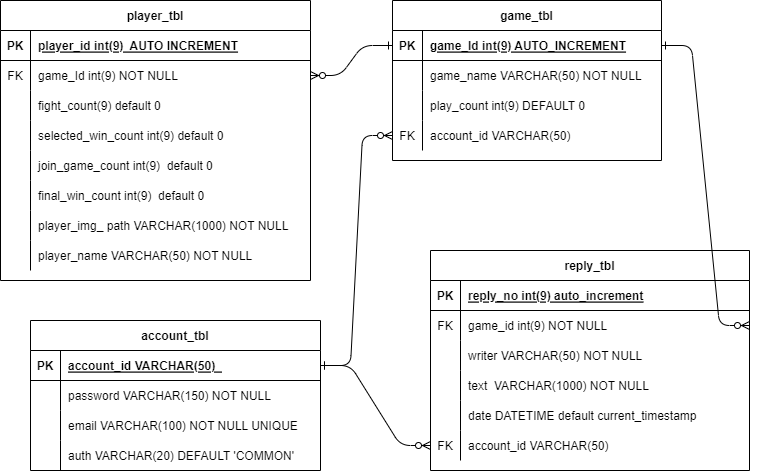
java-4th-team-project-2023/world-cup keeps this draw.io diagram as diagram/erd.png. Above is the earlier version. Source tidied: cells renumbered, new cells last; positions are measured from the earlier drawing's top-left corner, leaving out a move shared by most shapes.
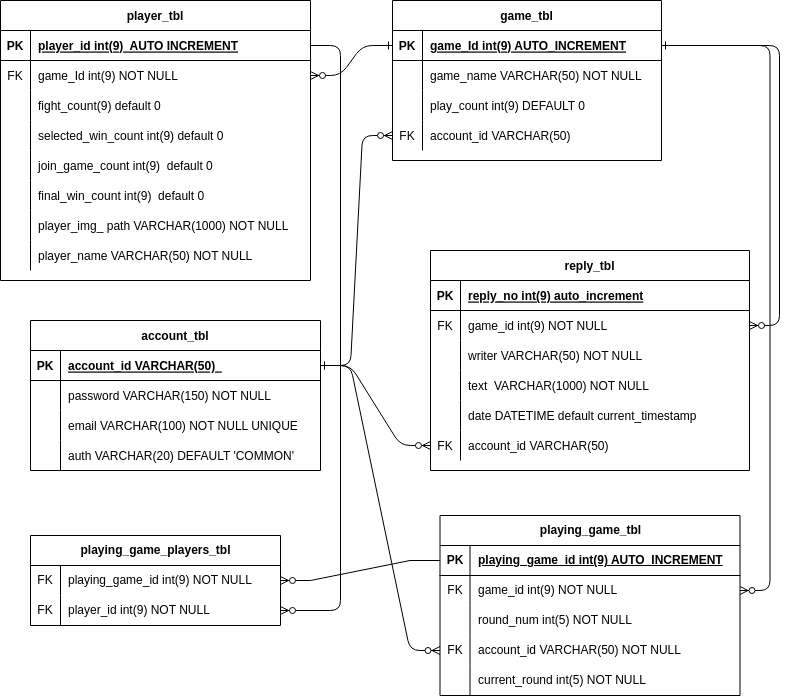
Later version of the same file.

Diff of the diagram source:
```diff
@@ -218,11 +218,96 @@
     <mxCell id="73" style="edgeStyle=entityRelationEdgeStyle;endArrow=ERzeroToMany;startArrow=ERone;endFill=1;startFill=0;exitX=1;exitY=0.5;exitDx=0;exitDy=0;entryX=0;entryY=0.5;entryDx=0;entryDy=0;" parent="1" edge="1" source="60" target="12">
       <mxGeometry relative="1" as="geometry" />
     </mxCell>
-    <mxCell id="74" style="edgeStyle=entityRelationEdgeStyle;endArrow=ERzeroToMany;startArrow=ERone;endFill=1;startFill=0;exitX=1;exitY=0.5;exitDx=0;exitDy=0;entryX=1;entryY=0.5;entryDx=0;entryDy=0;" parent="1" edge="1" source="3" target="19">
+    <mxCell id="74" style="edgeStyle=entityRelationEdgeStyle;endArrow=ERzeroToMany;startArrow=ERone;endFill=1;startFill=0;exitX=1;exitY=0.5;exitDx=0;exitDy=0;" parent="1" edge="1" source="3" target="19">
       <mxGeometry relative="1" as="geometry" />
     </mxCell>
     <mxCell id="75" style="edgeStyle=entityRelationEdgeStyle;endArrow=ERzeroToMany;startArrow=ERone;endFill=1;startFill=0;exitX=1;exitY=0.5;exitDx=0;exitDy=0;entryX=0;entryY=0.5;entryDx=0;entryDy=0;" parent="1" edge="1" source="60" target="31">
       <mxGeometry relative="1" as="geometry" />
     </mxCell>
+    <mxCell id="76" value="playing_game_tbl" style="shape=table;startSize=30;rowLines=0;fontStyle=1;align=center;html=1;" parent="1" vertex="1">
+      <mxGeometry x="439.5" y="515" width="300" height="180" as="geometry" />
+    </mxCell>
+    <mxCell id="77" style="shape=tableRow;horizontal=0;startSize=0;swimlaneHead=0;swimlaneBody=0;fillColor=none;points=[[0,0.5],[1,0.5]];portConstraint=eastwest;top=0;left=0;right=0;bottom=1;" parent="76" vertex="1">
+      <mxGeometry y="30" width="300" height="30" as="geometry" />
+    </mxCell>
+    <mxCell id="78" value="PK" style="shape=partialRectangle;fillColor=none;top=0;left=0;bottom=0;right=0;fontStyle=1;overflow=hidden;whiteSpace=wrap;html=1;" parent="77" vertex="1">
+      <mxGeometry width="30" height="30" as="geometry" />
+    </mxCell>
+    <mxCell id="79" value="playing_game_id int(9) AUTO_INCREMENT" style="shape=partialRectangle;fillColor=none;top=0;left=0;bottom=0;right=0;align=left;spacingLeft=6;fontStyle=5;overflow=hidden;whiteSpace=wrap;html=1;" parent="77" vertex="1">
+      <mxGeometry x="30" width="270" height="30" as="geometry" />
+    </mxCell>
+    <mxCell id="80" style="shape=tableRow;horizontal=0;startSize=0;swimlaneHead=0;swimlaneBody=0;fillColor=none;points=[[0,0.5],[1,0.5]];portConstraint=eastwest;top=0;left=0;right=0;bottom=0;" parent="76" vertex="1">
+      <mxGeometry y="60" width="300" height="30" as="geometry" />
+    </mxCell>
+    <mxCell id="81" value="FK" style="shape=partialRectangle;fillColor=none;top=0;left=0;bottom=0;right=0;overflow=hidden;whiteSpace=wrap;html=1;" parent="80" vertex="1">
+      <mxGeometry width="30" height="30" as="geometry" />
+    </mxCell>
+    <mxCell id="82" value="game_id int(9) NOT NULL" style="shape=partialRectangle;fillColor=none;top=0;left=0;bottom=0;right=0;align=left;spacingLeft=6;overflow=hidden;whiteSpace=wrap;html=1;" parent="80" vertex="1">
+      <mxGeometry x="30" width="270" height="30" as="geometry" />
+    </mxCell>
+    <mxCell id="83" style="shape=tableRow;horizontal=0;startSize=0;swimlaneHead=0;swimlaneBody=0;fillColor=none;top=0;left=0;right=0;bottom=0;" parent="76" vertex="1">
+      <mxGeometry y="90" width="300" height="30" as="geometry" />
+    </mxCell>
+    <mxCell id="84" style="shape=partialRectangle;fillColor=none;top=0;left=0;bottom=0;right=0;overflow=hidden;whiteSpace=wrap;html=1;" parent="83" vertex="1">
+      <mxGeometry width="30" height="30" as="geometry" />
+    </mxCell>
+    <mxCell id="85" value="round_num int(5) NOT NULL" style="shape=partialRectangle;fillColor=none;top=0;left=0;bottom=0;right=0;align=left;spacingLeft=6;overflow=hidden;whiteSpace=wrap;html=1;" parent="83" vertex="1">
+      <mxGeometry x="30" width="270" height="30" as="geometry" />
+    </mxCell>
+    <mxCell id="86" style="shape=tableRow;horizontal=0;startSize=0;swimlaneHead=0;swimlaneBody=0;fillColor=none;points=[[0,0.5],[1,0.5]];portConstraint=eastwest;top=0;left=0;right=0;bottom=0;" parent="76" vertex="1">
+      <mxGeometry y="120" width="300" height="30" as="geometry" />
+    </mxCell>
+    <mxCell id="87" value="FK" style="shape=partialRectangle;fillColor=none;top=0;left=0;bottom=0;right=0;overflow=hidden;whiteSpace=wrap;html=1;" parent="86" vertex="1">
+      <mxGeometry width="30" height="30" as="geometry" />
+    </mxCell>
+    <mxCell id="88" value="account_id VARCHAR(50) NOT NULL" style="shape=partialRectangle;fillColor=none;top=0;left=0;bottom=0;right=0;align=left;spacingLeft=6;overflow=hidden;whiteSpace=wrap;html=1;" parent="86" vertex="1">
+      <mxGeometry x="30" width="270" height="30" as="geometry" />
+    </mxCell>
+    <mxCell id="89" style="shape=tableRow;horizontal=0;startSize=0;swimlaneHead=0;swimlaneBody=0;fillColor=none;top=0;left=0;right=0;bottom=0;" parent="76" vertex="1">
+      <mxGeometry y="150" width="300" height="30" as="geometry" />
+    </mxCell>
+    <mxCell id="90" style="shape=partialRectangle;fillColor=none;top=0;left=0;bottom=0;right=0;overflow=hidden;whiteSpace=wrap;html=1;" parent="89" vertex="1">
+      <mxGeometry width="30" height="30" as="geometry" />
+    </mxCell>
+    <mxCell id="91" value="current_round int(5) NOT NULL" style="shape=partialRectangle;fillColor=none;top=0;left=0;bottom=0;right=0;align=left;spacingLeft=6;overflow=hidden;whiteSpace=wrap;html=1;" parent="89" vertex="1">
+      <mxGeometry x="30" width="270" height="30" as="geometry" />
+    </mxCell>
+    <mxCell id="92" style="edgeStyle=entityRelationEdgeStyle;fontSize=12;html=1;endArrow=ERzeroToMany;endFill=1;rounded=1;" parent="1" edge="1" target="80">
+      <mxGeometry relative="1" as="geometry">
+        <mxPoint x="661" y="45" as="sourcePoint" />
+      </mxGeometry>
+    </mxCell>
+    <mxCell id="93" style="edgeStyle=entityRelationEdgeStyle;fontSize=12;html=1;endArrow=ERzeroToMany;endFill=1;rounded=1;" parent="1" edge="1" target="86">
+      <mxGeometry relative="1" as="geometry">
+        <mxPoint x="320" y="365" as="sourcePoint" />
+      </mxGeometry>
+    </mxCell>
+    <mxCell id="94" value="playing_game_players_tbl" style="shape=table;startSize=30;rowLines=0;fontStyle=1;align=center;html=1;" parent="1" vertex="1">
+      <mxGeometry x="30" y="535" width="250" height="90" as="geometry" />
+    </mxCell>
+    <mxCell id="95" style="shape=tableRow;horizontal=0;startSize=0;swimlaneHead=0;swimlaneBody=0;fillColor=none;points=[[0,0.5],[1,0.5]];portConstraint=eastwest;top=0;left=0;right=0;bottom=0;" parent="94" vertex="1">
+      <mxGeometry y="30" width="250" height="30" as="geometry" />
+    </mxCell>
+    <mxCell id="96" value="FK" style="shape=partialRectangle;fillColor=none;top=0;left=0;bottom=0;right=0;overflow=hidden;whiteSpace=wrap;html=1;" parent="95" vertex="1">
+      <mxGeometry width="30" height="30" as="geometry" />
+    </mxCell>
+    <mxCell id="97" value="playing_game_id int(9) NOT NULL" style="shape=partialRectangle;fillColor=none;top=0;left=0;bottom=0;right=0;align=left;spacingLeft=6;overflow=hidden;whiteSpace=wrap;html=1;" parent="95" vertex="1">
+      <mxGeometry x="30" width="220" height="30" as="geometry" />
+    </mxCell>
+    <mxCell id="98" style="shape=tableRow;horizontal=0;startSize=0;swimlaneHead=0;swimlaneBody=0;fillColor=none;points=[[0,0.5],[1,0.5]];portConstraint=eastwest;top=0;left=0;right=0;bottom=0;" parent="94" vertex="1">
+      <mxGeometry y="60" width="250" height="30" as="geometry" />
+    </mxCell>
+    <mxCell id="99" value="FK" style="shape=partialRectangle;fillColor=none;top=0;left=0;bottom=0;right=0;overflow=hidden;whiteSpace=wrap;html=1;" parent="98" vertex="1">
+      <mxGeometry width="30" height="30" as="geometry" />
+    </mxCell>
+    <mxCell id="100" value="player_id int(9) NOT NULL" style="shape=partialRectangle;fillColor=none;top=0;left=0;bottom=0;right=0;align=left;spacingLeft=6;overflow=hidden;whiteSpace=wrap;html=1;" parent="98" vertex="1">
+      <mxGeometry x="30" width="220" height="30" as="geometry" />
+    </mxCell>
+    <mxCell id="101" style="edgeStyle=entityRelationEdgeStyle;fontSize=12;html=1;endArrow=ERzeroToMany;endFill=1;rounded=0;" parent="1" edge="1" source="77" target="95">
+      <mxGeometry relative="1" as="geometry" />
+    </mxCell>
+    <mxCell id="102" style="edgeStyle=entityRelationEdgeStyle;fontSize=12;html=1;endArrow=ERzeroToMany;endFill=1;rounded=1;" parent="1" edge="1" source="35" target="98">
+      <mxGeometry relative="1" as="geometry" />
+    </mxCell>
   </root>
 </mxGraphModel>
```
